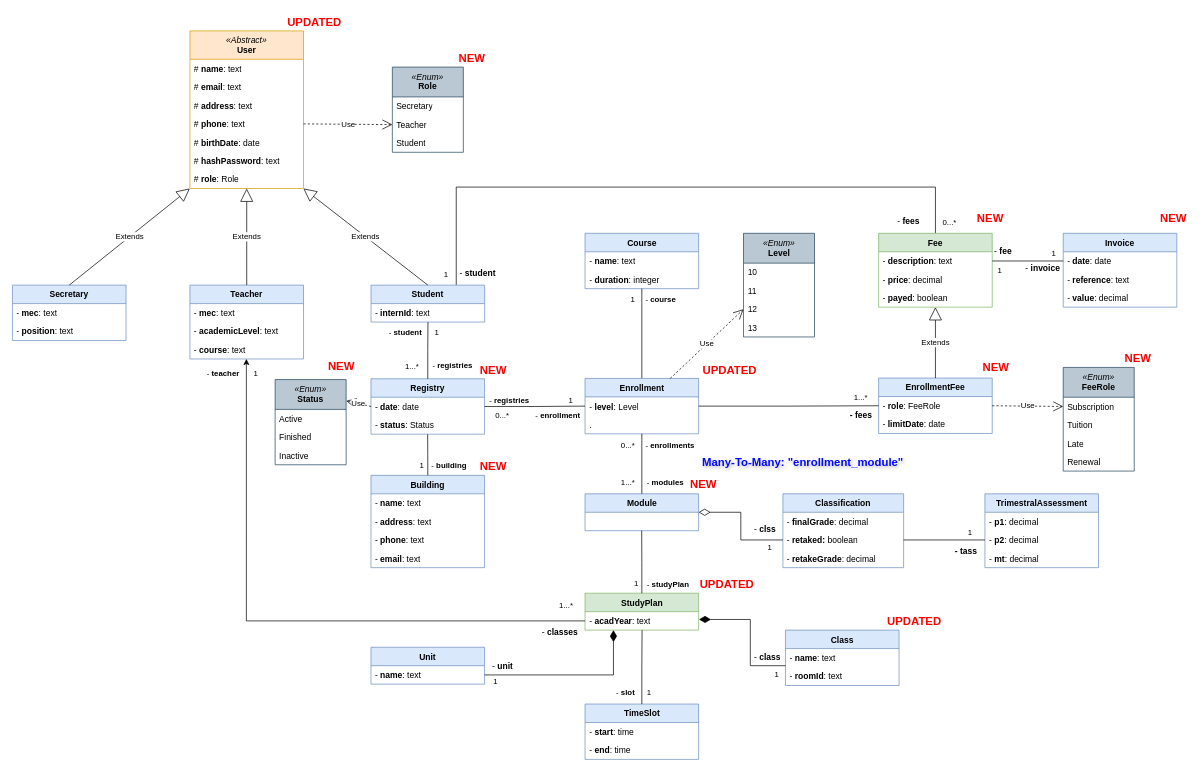
This is editables/data-model.drawio from Joaquim-Claudio/Imptel-Online_P.D.S-2024-2025, a draw.io file, before an edit. Source tidied: cells renumbered, new cells numbered last; positions are measured from the earlier drawing's top-left corner, leaving out a move shared by most shapes. Both pictures are drawn from the tidied source at 71%, with x=0, y=0 at pixel (12, 12).
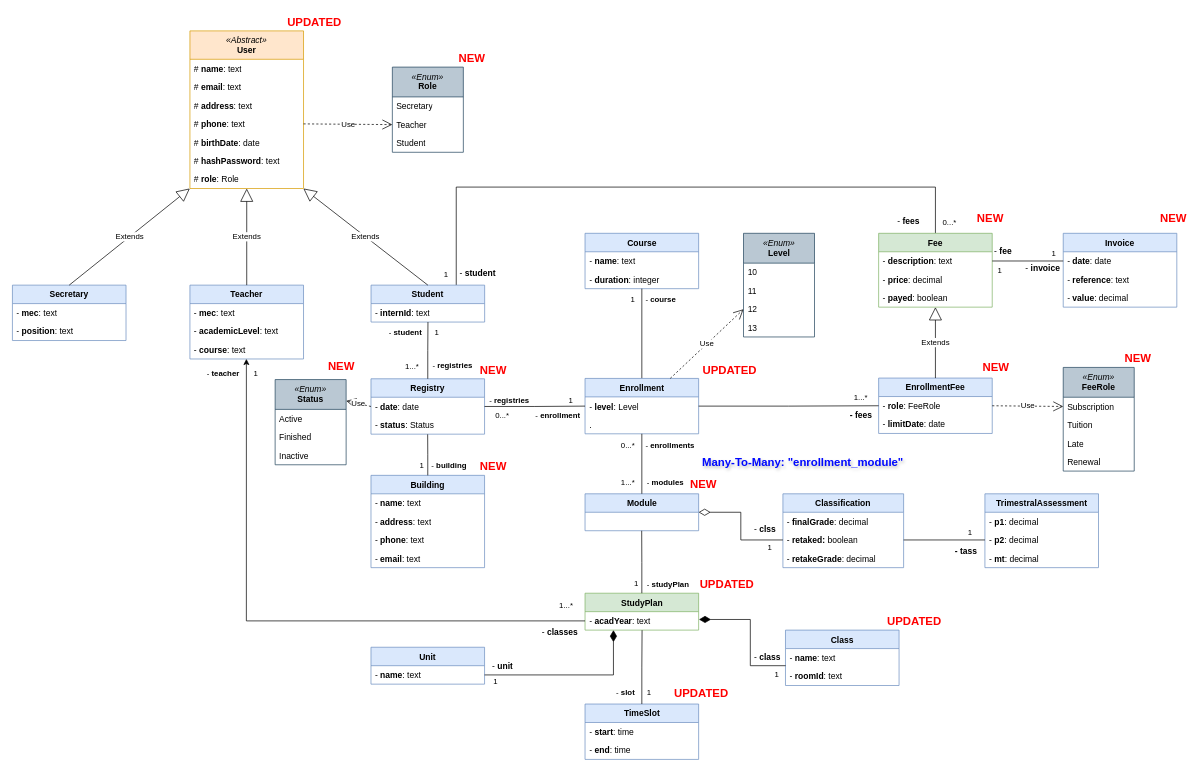
The same diagram, later.

Diff of the diagram source:
```diff
@@
+    <mxCell id="160" value="UPDATED" style="text;align=center;fontStyle=1;verticalAlign=middle;spacingLeft=3;spacingRight=3;html=1;fontColor=#ff0000;fontSize=16;" parent="1" vertex="1">
+      <mxGeometry x="930" y="946.1" width="80.3" height="26" as="geometry" />
+    </mxCell>
```
